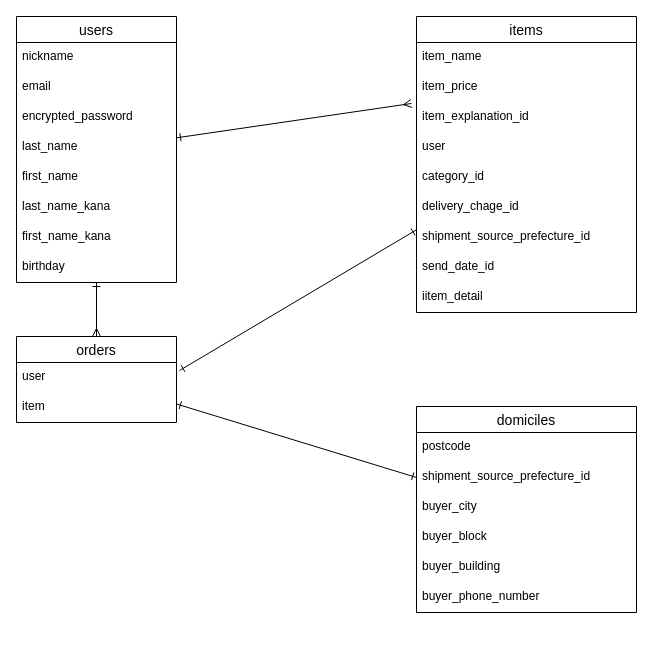
Before: furima.dio in Yukkiyss/furima-38005, a draw.io diagram. Source tidied: cells renumbered, new cells numbered last; positions are measured from the earlier drawing's top-left corner, leaving out a move shared by most shapes. Both pictures are drawn from the tidied source at 100%, with x=0, y=0 at pixel (16, 16).
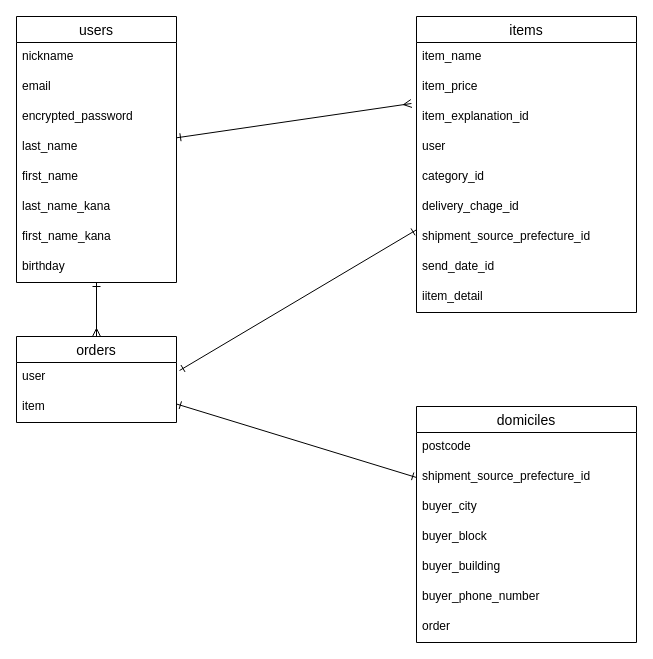
Above is the later version.

Commit message (it also covers changes not shown here):
domicilesテーブル  オプション修正・カラム追加

The edit, as a diff of the source:
```diff
@@
     <mxCell id="28" value="domiciles" style="swimlane;fontStyle=0;horizontal=1;startSize=26;align=center;fontSize=14;" parent="1" vertex="1">
-      <mxGeometry x="400" y="390" width="220" height="206" as="geometry" />
+      <mxGeometry x="400" y="390" width="220" height="236" as="geometry" />
     </mxCell>
@@
+    <mxCell id="35" value="order" style="text;strokeColor=none;fillColor=none;spacingLeft=4;spacingRight=4;overflow=hidden;fontSize=12;" parent="28" vertex="1">
+      <mxGeometry y="206" width="220" height="30" as="geometry" />
+    </mxCell>
```
